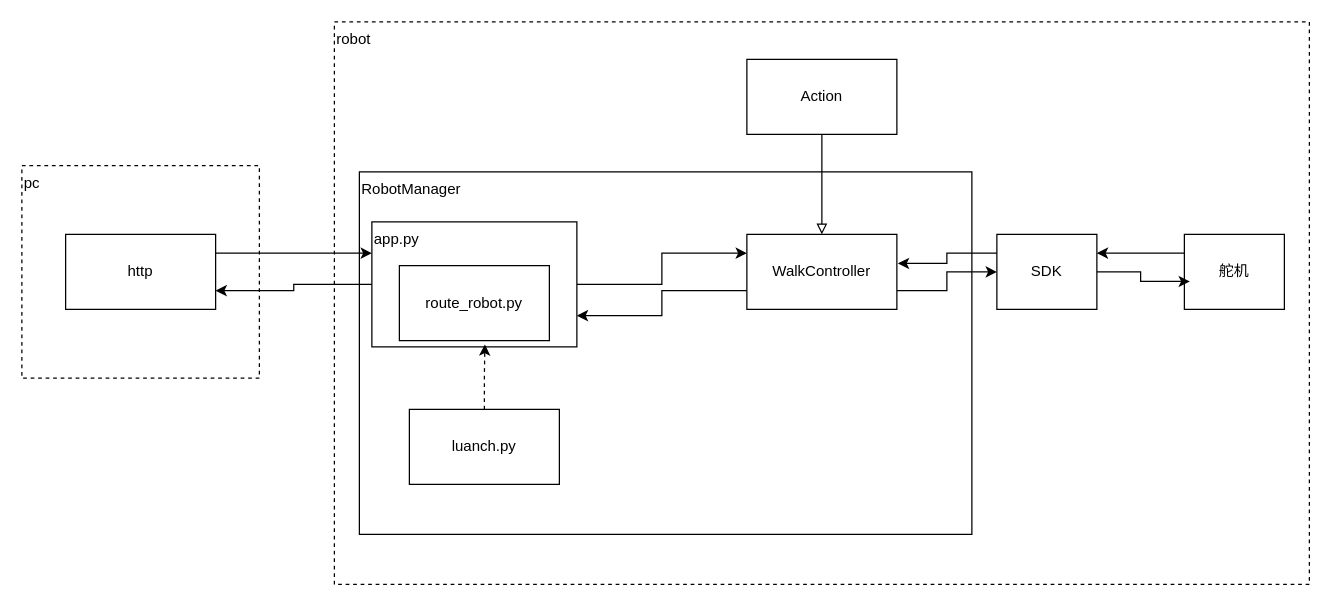
Lsnxiaoxiong/robot-course keeps this draw.io diagram as res/robot_action.drawio. Above is the earlier version. Source tidied: cells renumbered, new cells numbered last; positions are measured from the earlier drawing's top-left corner, leaving out a move shared by most shapes. Both pictures are drawn from the tidied source at 125%, with x=0, y=0 at pixel (21, 21).
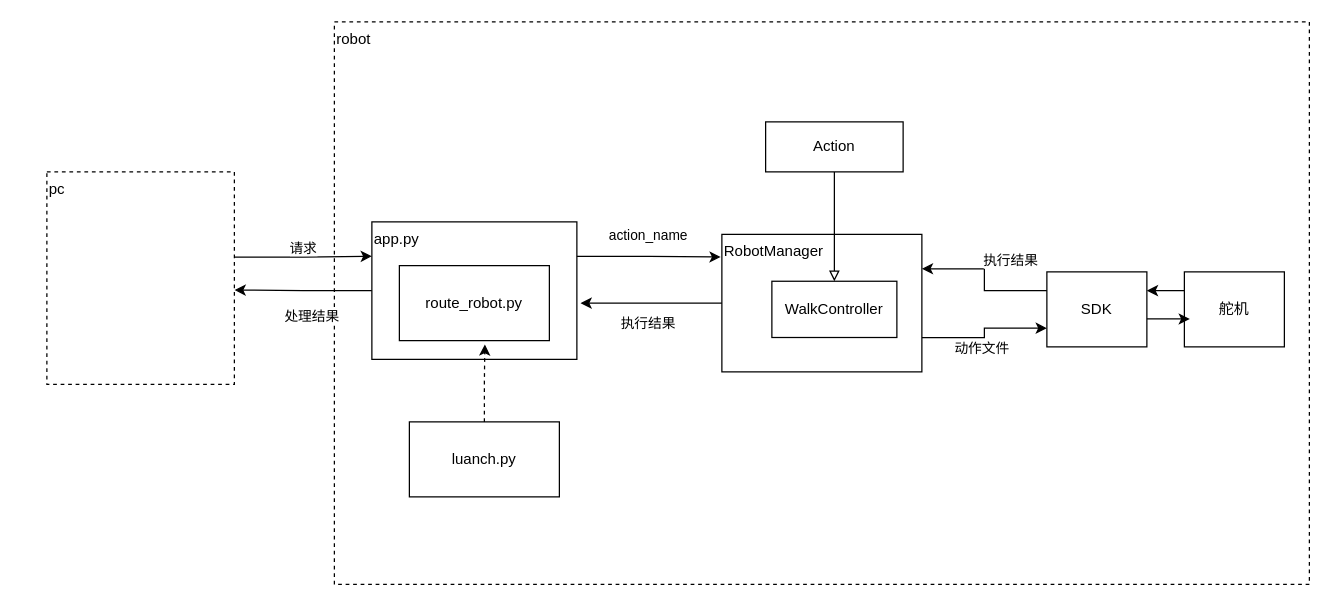
After the change.

What changed in the source:
```diff
@@
-    <mxCell id="2" value="robot" style="rounded=0;whiteSpace=wrap;html=1;dashed=1;align=left;verticalAlign=top;" parent="1" vertex="1">
+    <mxCell id="2" value="robot" style="rounded=0;whiteSpace=wrap;html=1;dashed=1;align=left;verticalAlign=top;fillColor=none;" parent="1" vertex="1">
       <mxGeometry x="250" width="780" height="450" as="geometry" />
     </mxCell>
-    <mxCell id="3" value="RobotManager" style="whiteSpace=wrap;html=1;rounded=0;align=left;verticalAlign=top;" parent="1" vertex="1">
-      <mxGeometry x="270" y="120" width="490" height="290" as="geometry" />
-    </mxCell>
-    <mxCell id="4" style="edgeStyle=orthogonalEdgeStyle;rounded=0;jettySize=auto;html=1;endArrow=block;endFill=0;" parent="1" edge="1" source="5" target="8">
-      <mxGeometry relative="1" as="geometry" />
-    </mxCell>
     <mxCell id="5" value="Action" style="rounded=0;whiteSpace=wrap;html=1;" parent="1" vertex="1">
-      <mxGeometry x="580" y="30" width="120" height="60" as="geometry" />
+      <mxGeometry x="595" y="80" width="110" height="40" as="geometry" />
     </mxCell>
-    <mxCell id="6" style="edgeStyle=orthogonalEdgeStyle;rounded=0;jettySize=auto;html=1;exitX=1;exitY=0.75;exitDx=0;exitDy=0;entryX=0;entryY=0.5;entryDx=0;entryDy=0;" parent="1" edge="1" source="8" target="14">
+    <mxCell id="6" style="edgeStyle=orthogonalEdgeStyle;rounded=0;jettySize=auto;html=1;exitX=1;exitY=0.75;exitDx=0;exitDy=0;entryX=0;entryY=0.75;entryDx=0;entryDy=0;" parent="1" edge="1" source="8" target="14">
       <mxGeometry relative="1" as="geometry" />
     </mxCell>
-    <mxCell id="7" style="edgeStyle=orthogonalEdgeStyle;rounded=0;jettySize=auto;html=1;exitX=0;exitY=0.75;exitDx=0;exitDy=0;entryX=1;entryY=0.75;entryDx=0;entryDy=0;" parent="1" edge="1" source="8" target="10">
-      <mxGeometry relative="1" as="geometry" />
-    </mxCell>
+    <mxCell id="23" value="动作文件" style="edgeLabel;html=1;align=center;verticalAlign=middle;" parent="6" vertex="1">
+      <mxGeometry x="-0.12" y="1" relative="1" as="geometry">
+        <mxPoint y="9" as="offset" />
+      </mxGeometry>
+    </mxCell>
-    <mxCell id="8" value="WalkController" style="whiteSpace=wrap;html=1;rounded=0;" parent="1" vertex="1">
-      <mxGeometry x="580" y="170" width="120" height="60" as="geometry" />
+    <mxCell id="8" value="&lt;span style=&quot;&quot;&gt;RobotManager&lt;/span&gt;" style="whiteSpace=wrap;html=1;rounded=0;align=left;verticalAlign=top;" parent="1" vertex="1">
+      <mxGeometry x="560" y="170" width="160" height="110" as="geometry" />
     </mxCell>
-    <mxCell id="9" style="edgeStyle=orthogonalEdgeStyle;rounded=0;jettySize=auto;html=1;exitX=1;exitY=0.5;exitDx=0;exitDy=0;entryX=0;entryY=0.25;entryDx=0;entryDy=0;" parent="1" edge="1" source="10" target="8">
-      <mxGeometry relative="1" as="geometry" />
-    </mxCell>
     <mxCell id="10" value="app.py" style="whiteSpace=wrap;html=1;rounded=0;align=left;verticalAlign=top;" parent="1" vertex="1">
-      <mxGeometry x="280" y="160" width="164" height="100" as="geometry" />
+      <mxGeometry x="280" y="160" width="164" height="110" as="geometry" />
     </mxCell>
@@
     <mxCell id="12" value="luanch.py" style="whiteSpace=wrap;html=1;rounded=0;" parent="1" vertex="1">
-      <mxGeometry x="310" y="310" width="120" height="60" as="geometry" />
+      <mxGeometry x="310" y="320" width="120" height="60" as="geometry" />
     </mxCell>
@@
+    <mxCell id="19" value="pc" style="rounded=0;whiteSpace=wrap;html=1;align=left;verticalAlign=top;dashed=1;" parent="1" vertex="1">
+      <mxGeometry x="20" y="120" width="150" height="170" as="geometry" />
+    </mxCell>
+    <mxCell id="20" style="rounded=0;jettySize=auto;html=1;entryX=0;entryY=0.25;entryDx=0;entryDy=0;edgeStyle=orthogonalEdgeStyle;exitX=1.001;exitY=0.401;exitDx=0;exitDy=0;exitPerimeter=0;" parent="1" edge="1" source="19" target="10">
+      <mxGeometry relative="1" as="geometry" />
+    </mxCell>
+    <mxCell id="24" value="请求" style="edgeLabel;html=1;align=center;verticalAlign=middle;" parent="20" vertex="1">
+      <mxGeometry x="-0.02" y="-2" relative="1" as="geometry">
+        <mxPoint y="-10" as="offset" />
+      </mxGeometry>
+    </mxCell>
+    <mxCell id="22" style="edgeStyle=orthogonalEdgeStyle;rounded=0;jettySize=auto;html=1;exitX=0;exitY=0.5;exitDx=0;exitDy=0;entryX=1.001;entryY=0.556;entryDx=0;entryDy=0;entryPerimeter=0;" parent="1" edge="1" source="10" target="19">
+      <mxGeometry relative="1" as="geometry" />
+    </mxCell>
+    <mxCell id="25" value="处理结果" style="edgeLabel;html=1;align=center;verticalAlign=middle;" parent="22" vertex="1">
+      <mxGeometry x="-0.04" y="-1" relative="1" as="geometry">
+        <mxPoint x="4" y="21" as="offset" />
+      </mxGeometry>
+    </mxCell>
+    <mxCell id="26" value="WalkController" style="whiteSpace=wrap;html=1;rounded=0;" parent="1" vertex="1">
+      <mxGeometry x="600" y="207.5" width="100" height="45" as="geometry" />
+    </mxCell>
+    <mxCell id="4" style="edgeStyle=orthogonalEdgeStyle;rounded=0;jettySize=auto;html=1;endArrow=block;endFill=0;entryX=0.5;entryY=0;entryDx=0;entryDy=0;" parent="1" edge="1" source="5" target="26">
+      <mxGeometry relative="1" as="geometry" />
+    </mxCell>
+    <mxCell id="27" style="group;" parent="1" vertex="1">
+      <mxGeometry x="820" y="200" width="190" height="60" as="geometry" />
+    </mxCell>
-    <mxCell id="14" value="SDK" style="rounded=0;whiteSpace=wrap;html=1;" parent="1" vertex="1">
-      <mxGeometry x="780" y="170" width="80" height="60" as="geometry" />
+    <mxCell id="14" value="SDK" style="rounded=0;whiteSpace=wrap;html=1;" parent="27" vertex="1">
+      <mxGeometry width="80" height="60" as="geometry" />
     </mxCell>
-    <mxCell id="15" style="edgeStyle=orthogonalEdgeStyle;rounded=0;jettySize=auto;html=1;exitX=0;exitY=0.25;exitDx=0;exitDy=0;entryX=1;entryY=0.25;entryDx=0;entryDy=0;" parent="1" edge="1" source="16" target="14">
+    <mxCell id="15" style="edgeStyle=orthogonalEdgeStyle;rounded=0;jettySize=auto;html=1;exitX=0;exitY=0.25;exitDx=0;exitDy=0;entryX=1;entryY=0.25;entryDx=0;entryDy=0;" parent="27" edge="1" source="16" target="14">
       <mxGeometry relative="1" as="geometry" />
     </mxCell>
-    <mxCell id="16" value="舵机" style="rounded=0;whiteSpace=wrap;html=1;" parent="1" vertex="1">
-      <mxGeometry x="930" y="170" width="80" height="60" as="geometry" />
+    <mxCell id="16" value="舵机" style="rounded=0;whiteSpace=wrap;html=1;" parent="27" vertex="1">
+      <mxGeometry x="110" width="80" height="60" as="geometry" />
     </mxCell>
-    <mxCell id="17" style="edgeStyle=orthogonalEdgeStyle;rounded=0;jettySize=auto;html=1;entryX=0.055;entryY=0.627;entryDx=0;entryDy=0;entryPerimeter=0;" parent="1" edge="1" source="14" target="16">
+    <mxCell id="17" style="edgeStyle=orthogonalEdgeStyle;rounded=0;jettySize=auto;html=1;entryX=0.055;entryY=0.627;entryDx=0;entryDy=0;entryPerimeter=0;exitX=1;exitY=0.627;exitDx=0;exitDy=0;exitPerimeter=0;" parent="27" edge="1" source="14" target="16">
       <mxGeometry relative="1" as="geometry" />
     </mxCell>
+    <mxCell id="9" style="edgeStyle=orthogonalEdgeStyle;rounded=0;jettySize=auto;html=1;exitX=1;exitY=0.25;exitDx=0;exitDy=0;entryX=-0.006;entryY=0.165;entryDx=0;entryDy=0;entryPerimeter=0;" parent="1" edge="1" source="10" target="8">
+      <mxGeometry relative="1" as="geometry" />
+    </mxCell>
+    <mxCell id="28" value="action_name" style="edgeLabel;html=1;align=center;verticalAlign=middle;" parent="9" vertex="1">
+      <mxGeometry x="-0.06" y="-2" relative="1" as="geometry">
+        <mxPoint x="2" y="-19" as="offset" />
+      </mxGeometry>
+    </mxCell>
+    <mxCell id="7" style="edgeStyle=orthogonalEdgeStyle;rounded=0;jettySize=auto;html=1;exitX=0;exitY=0.5;exitDx=0;exitDy=0;entryX=1.018;entryY=0.591;entryDx=0;entryDy=0;entryPerimeter=0;" parent="1" edge="1" source="8" target="10">
+      <mxGeometry relative="1" as="geometry" />
+    </mxCell>
+    <mxCell id="29" value="执行结果" style="edgeLabel;html=1;align=center;verticalAlign=middle;" parent="7" vertex="1">
+      <mxGeometry x="-0.03" y="1" relative="1" as="geometry">
+        <mxPoint x="-5" y="14" as="offset" />
+      </mxGeometry>
+    </mxCell>
-    <mxCell id="18" style="edgeStyle=orthogonalEdgeStyle;rounded=0;jettySize=auto;html=1;exitX=0;exitY=0.25;exitDx=0;exitDy=0;entryX=1.007;entryY=0.387;entryDx=0;entryDy=0;entryPerimeter=0;" parent="1" edge="1" source="14" target="8">
+    <mxCell id="18" style="edgeStyle=orthogonalEdgeStyle;rounded=0;jettySize=auto;html=1;exitX=0;exitY=0.25;exitDx=0;exitDy=0;entryX=1;entryY=0.25;entryDx=0;entryDy=0;" parent="1" edge="1" source="14" target="8">
       <mxGeometry relative="1" as="geometry" />
     </mxCell>
-    <mxCell id="19" value="pc" style="rounded=0;whiteSpace=wrap;html=1;align=left;verticalAlign=top;dashed=1;" parent="1" vertex="1">
-      <mxGeometry y="115" width="190" height="170" as="geometry" />
-    </mxCell>
-    <mxCell id="20" style="edgeStyle=orthogonalEdgeStyle;rounded=0;jettySize=auto;html=1;exitX=1;exitY=0.25;exitDx=0;exitDy=0;entryX=0;entryY=0.25;entryDx=0;entryDy=0;" parent="1" edge="1" source="21" target="10">
-      <mxGeometry relative="1" as="geometry" />
-    </mxCell>
-    <mxCell id="21" value="http" style="whiteSpace=wrap;html=1;rounded=0;" parent="1" vertex="1">
-      <mxGeometry x="35" y="170" width="120" height="60" as="geometry" />
-    </mxCell>
-    <mxCell id="22" style="edgeStyle=orthogonalEdgeStyle;rounded=0;jettySize=auto;html=1;exitX=0;exitY=0.5;exitDx=0;exitDy=0;entryX=1;entryY=0.75;entryDx=0;entryDy=0;" parent="1" edge="1" source="10" target="21">
-      <mxGeometry relative="1" as="geometry" />
-    </mxCell>
+    <mxCell id="30" value="执行结果" style="edgeLabel;html=1;align=center;verticalAlign=middle;" parent="18" vertex="1">
+      <mxGeometry x="0.11" y="2" relative="1" as="geometry">
+        <mxPoint x="22" y="-10" as="offset" />
+      </mxGeometry>
+    </mxCell>
```
